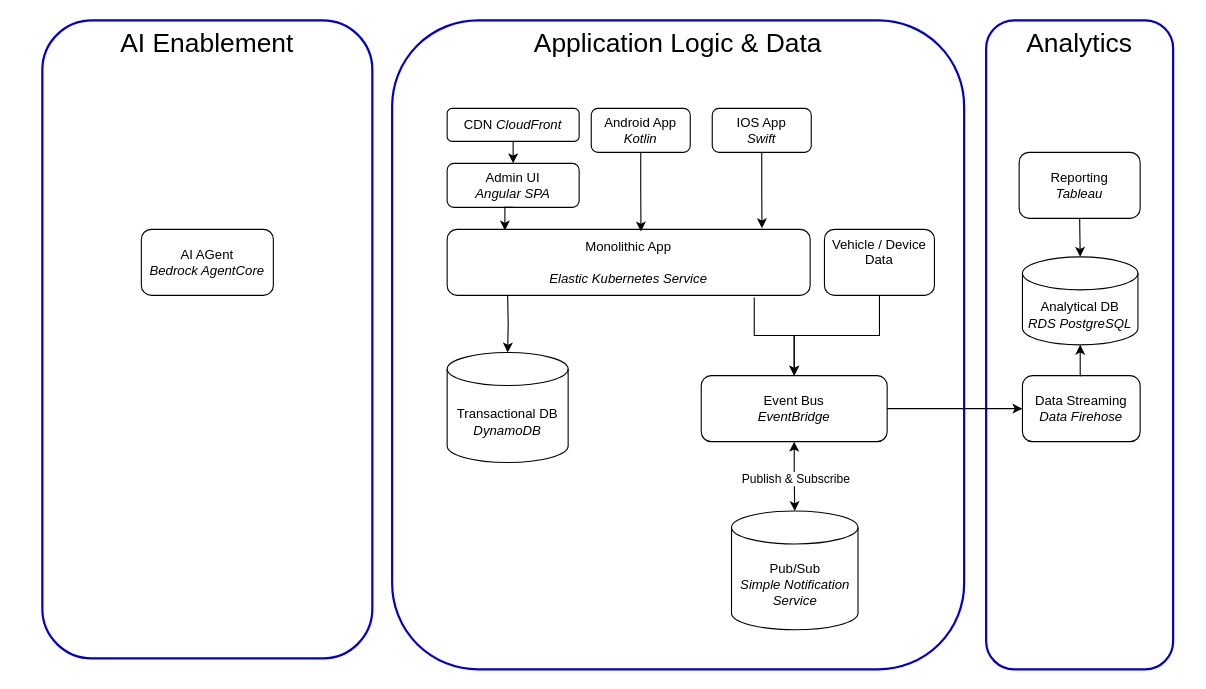
This is diagrams/src/Top-Level Architecture.drawio from bwarncke/architectural-katas-q4-2025-ai-enabled-architecture, a draw.io file, before an edit. Source tidied: cells renumbered, new cells numbered last; positions are measured from the earlier drawing's top-left corner, leaving out a move shared by most shapes. Both pictures are drawn from the tidied source at 110%, with x=0, y=0 at pixel (42, 20).
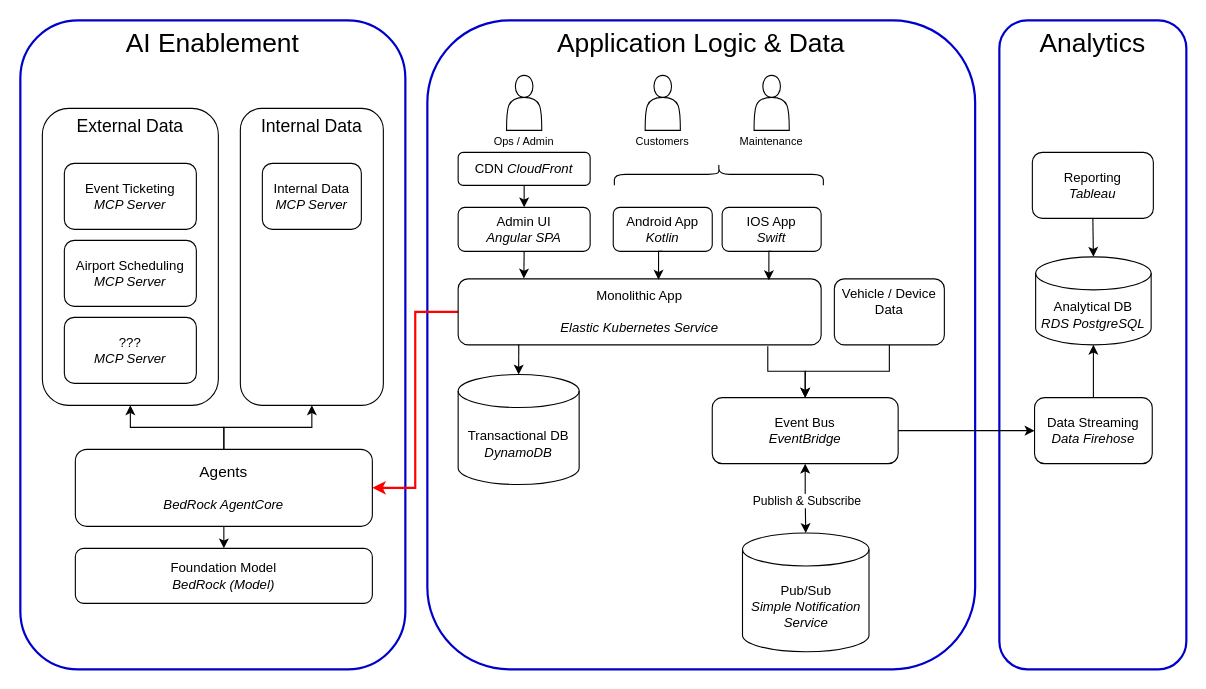
The same diagram, later.

The edit, as a diff of the source:
```diff
@@
+    <mxCell id="28" value="Application Logic &amp;amp; Data" style="rounded=1;whiteSpace=wrap;html=1;strokeColor=#0000CC;strokeWidth=2;fillColor=none;verticalAlign=top;fontSize=24;" parent="1" vertex="1">
+      <mxGeometry x="350" width="498" height="590" as="geometry" />
+    </mxCell>
     <mxCell id="2" value="Analytics" style="rounded=1;whiteSpace=wrap;html=1;strokeColor=#0000CC;strokeWidth=2;fillColor=none;verticalAlign=top;fontSize=24;" parent="1" vertex="1">
-      <mxGeometry x="858" width="170" height="590" as="geometry" />
+      <mxGeometry x="870" width="170" height="590" as="geometry" />
     </mxCell>
     <mxCell id="3" value="AI Enablement" style="rounded=1;whiteSpace=wrap;html=1;strokeColor=#0000CC;strokeWidth=2;fillColor=none;verticalAlign=top;fontSize=24;" parent="1" vertex="1">
-      <mxGeometry width="300" height="580" as="geometry" />
+      <mxGeometry x="-20" width="350" height="590" as="geometry" />
     </mxCell>
-    <mxCell id="4" value="AI AGent&lt;br&gt;&lt;i&gt;Bedrock AgentCore&lt;/i&gt;" style="rounded=1;whiteSpace=wrap;html=1;" parent="1" vertex="1">
-      <mxGeometry x="90" y="190" width="120" height="60" as="geometry" />
-    </mxCell>
+    <mxCell id="30" style="edgeStyle=orthogonalEdgeStyle;rounded=0;jettySize=auto;html=1;exitX=0;exitY=0.5;exitDx=0;exitDy=0;entryX=1;entryY=0.5;entryDx=0;entryDy=0;strokeWidth=2;strokeColor=#FF0000;" parent="1" edge="1" source="5" target="36">
+      <mxGeometry relative="1" as="geometry" />
+    </mxCell>
     <mxCell id="5" value="Monolithic App&lt;br&gt;&lt;br&gt;&lt;i&gt;Elastic Kubernetes Service&lt;/i&gt;" style="rounded=1;whiteSpace=wrap;html=1;" parent="1" vertex="1">
-      <mxGeometry x="368" y="190" width="330" height="60" as="geometry" />
+      <mxGeometry x="378" y="235" width="330" height="60" as="geometry" />
     </mxCell>
     <mxCell id="6" value="Transactional DB&lt;br&gt;&lt;i&gt;DynamoDB&lt;/i&gt;" style="shape=cylinder3;whiteSpace=wrap;html=1;boundedLbl=1;backgroundOutline=1;size=15;" parent="1" vertex="1">
-      <mxGeometry x="368" y="302" width="110" height="100" as="geometry" />
+      <mxGeometry x="378" y="322" width="110" height="100" as="geometry" />
     </mxCell>
-    <mxCell id="7" style="edgeStyle=orthogonalEdgeStyle;rounded=0;jettySize=auto;html=1;exitX=0.5;exitY=0;exitDx=0;exitDy=0;entryX=0.846;entryY=1.033;entryDx=0;entryDy=0;entryPerimeter=0;startArrow=classic;startFill=1;endArrow=none;endFill=0;" parent="1" edge="1" source="9" target="5">
+    <mxCell id="7" style="edgeStyle=orthogonalEdgeStyle;rounded=0;jettySize=auto;html=1;exitX=0.5;exitY=0;exitDx=0;exitDy=0;startArrow=classic;startFill=1;endArrow=none;endFill=0;entryX=0.853;entryY=1.02;entryDx=0;entryDy=0;entryPerimeter=0;" parent="1" edge="1" source="9" target="5">
       <mxGeometry relative="1" as="geometry" />
     </mxCell>
@@
     <mxCell id="9" value="Event Bus&lt;br&gt;&lt;i&gt;EventBridge&lt;/i&gt;" style="rounded=1;whiteSpace=wrap;html=1;" parent="1" vertex="1">
-      <mxGeometry x="599" y="323" width="169" height="60" as="geometry" />
+      <mxGeometry x="609" y="343" width="169" height="60" as="geometry" />
     </mxCell>
     <mxCell id="10" value="Pub/Sub&lt;br&gt;&lt;i&gt;Simple Notification Service&lt;/i&gt;" style="shape=cylinder3;whiteSpace=wrap;html=1;boundedLbl=1;backgroundOutline=1;size=15;" parent="1" vertex="1">
-      <mxGeometry x="626.5" y="446" width="115" height="108" as="geometry" />
+      <mxGeometry x="636.5" y="466" width="115" height="108" as="geometry" />
     </mxCell>
-    <mxCell id="11" style="edgeStyle=orthogonalEdgeStyle;rounded=0;jettySize=auto;html=1;entryX=0.5;entryY=0;entryDx=0;entryDy=0;entryPerimeter=0;" parent="1" edge="1" target="6">
-      <mxGeometry relative="1" as="geometry">
-        <mxPoint x="423" y="250" as="sourcePoint" />
-      </mxGeometry>
+    <mxCell id="11" style="edgeStyle=orthogonalEdgeStyle;rounded=0;jettySize=auto;html=1;entryX=0.5;entryY=0;entryDx=0;entryDy=0;entryPerimeter=0;exitX=0.167;exitY=0.996;exitDx=0;exitDy=0;exitPerimeter=0;" parent="1" edge="1" source="5" target="6">
+      <mxGeometry relative="1" as="geometry" />
     </mxCell>
@@
     <mxCell id="15" value="CDN &lt;i&gt;CloudFront&lt;/i&gt;" style="rounded=1;whiteSpace=wrap;html=1;" parent="1" vertex="1">
-      <mxGeometry x="368" y="80" width="120" height="30" as="geometry" />
+      <mxGeometry x="378" y="120" width="120" height="30" as="geometry" />
     </mxCell>
     <mxCell id="16" value="Admin UI&lt;br&gt;&lt;i&gt;Angular SPA&lt;/i&gt;" style="rounded=1;whiteSpace=wrap;html=1;" parent="1" vertex="1">
-      <mxGeometry x="368" y="130" width="120" height="40" as="geometry" />
+      <mxGeometry x="378" y="170" width="120" height="40" as="geometry" />
     </mxCell>
     <mxCell id="17" value="Android App&lt;br&gt;&lt;i&gt;Kotlin&lt;/i&gt;" style="rounded=1;whiteSpace=wrap;html=1;" parent="1" vertex="1">
-      <mxGeometry x="499" y="80" width="90" height="40" as="geometry" />
+      <mxGeometry x="519" y="170" width="90" height="40" as="geometry" />
     </mxCell>
     <mxCell id="18" value="IOS App&lt;br&gt;&lt;i&gt;Swift&lt;/i&gt;" style="rounded=1;whiteSpace=wrap;html=1;" parent="1" vertex="1">
-      <mxGeometry x="609" y="80" width="90" height="40" as="geometry" />
+      <mxGeometry x="618" y="170" width="90" height="40" as="geometry" />
     </mxCell>
-    <mxCell id="19" style="edgeStyle=orthogonalEdgeStyle;rounded=0;jettySize=auto;html=1;exitX=0.5;exitY=1;exitDx=0;exitDy=0;entryX=0.159;entryY=0.017;entryDx=0;entryDy=0;entryPerimeter=0;" parent="1" edge="1" source="16" target="5">
-      <mxGeometry relative="1" as="geometry" />
-    </mxCell>
-    <mxCell id="20" style="edgeStyle=orthogonalEdgeStyle;rounded=0;jettySize=auto;html=1;exitX=0.5;exitY=1;exitDx=0;exitDy=0;entryX=0.603;entryY=0.033;entryDx=0;entryDy=0;entryPerimeter=0;" parent="1" edge="1" source="17">
-      <mxGeometry relative="1" as="geometry">
-        <mxPoint x="544.2" y="192" as="targetPoint" />
-      </mxGeometry>
-    </mxCell>
-    <mxCell id="21" style="edgeStyle=orthogonalEdgeStyle;rounded=0;jettySize=auto;html=1;exitX=0.5;exitY=1;exitDx=0;exitDy=0;entryX=0.885;entryY=-0.017;entryDx=0;entryDy=0;entryPerimeter=0;" parent="1" edge="1" source="18">
-      <mxGeometry relative="1" as="geometry">
-        <mxPoint x="654.2" y="189" as="targetPoint" />
-      </mxGeometry>
-    </mxCell>
     <mxCell id="22" value="Reporting&lt;br&gt;&lt;i&gt;Tableau&lt;/i&gt;" style="rounded=1;whiteSpace=wrap;html=1;" parent="1" vertex="1">
-      <mxGeometry x="888" y="120" width="110" height="60" as="geometry" />
+      <mxGeometry x="900" y="120" width="110" height="60" as="geometry" />
     </mxCell>
     <mxCell id="23" value="Analytical DB&lt;br&gt;&lt;i&gt;RDS PostgreSQL&lt;/i&gt;" style="shape=cylinder3;whiteSpace=wrap;html=1;boundedLbl=1;backgroundOutline=1;size=15;" parent="1" vertex="1">
-      <mxGeometry x="891" y="215" width="105" height="80" as="geometry" />
+      <mxGeometry x="903" y="215" width="105" height="80" as="geometry" />
     </mxCell>
@@
     <mxCell id="25" value="Data Streaming&lt;br&gt;&lt;i&gt;Data Firehose&lt;/i&gt;" style="rounded=1;whiteSpace=wrap;html=1;" parent="1" vertex="1">
-      <mxGeometry x="891" y="323" width="107" height="60" as="geometry" />
+      <mxGeometry x="902" y="343" width="107" height="60" as="geometry" />
     </mxCell>
@@
     <mxCell id="27" value="Vehicle / Device&lt;div&gt;Data&lt;br&gt;&lt;br&gt;&lt;/div&gt;" style="rounded=1;whiteSpace=wrap;html=1;verticalAlign=top;align=center;" parent="1" vertex="1">
-      <mxGeometry x="711" y="190" width="100" height="60" as="geometry" />
+      <mxGeometry x="720" y="235" width="100" height="60" as="geometry" />
     </mxCell>
-    <mxCell id="28" value="Application Logic &amp;amp; Data" style="rounded=1;whiteSpace=wrap;html=1;strokeColor=#0000CC;strokeWidth=2;fillColor=none;verticalAlign=top;fontSize=24;" parent="1" vertex="1">
-      <mxGeometry x="318" width="520" height="590" as="geometry" />
-    </mxCell>
@@
+    <mxCell id="31" value="Internal Data" style="rounded=1;whiteSpace=wrap;html=1;verticalAlign=top;fillColor=none;fontSize=16;" parent="1" vertex="1">
+      <mxGeometry x="180" y="80" width="130" height="270" as="geometry" />
+    </mxCell>
+    <mxCell id="32" value="External Data" style="rounded=1;whiteSpace=wrap;html=1;verticalAlign=top;fillColor=none;fontSize=16;" parent="1" vertex="1">
+      <mxGeometry y="80" width="160" height="270" as="geometry" />
+    </mxCell>
+    <mxCell id="33" style="edgeStyle=orthogonalEdgeStyle;rounded=0;jettySize=auto;html=1;exitX=0.5;exitY=0;exitDx=0;exitDy=0;entryX=0.5;entryY=1;entryDx=0;entryDy=0;" parent="1" edge="1" source="36" target="32">
+      <mxGeometry relative="1" as="geometry" />
+    </mxCell>
+    <mxCell id="34" style="edgeStyle=orthogonalEdgeStyle;rounded=0;jettySize=auto;html=1;exitX=0.5;exitY=0;exitDx=0;exitDy=0;entryX=0.5;entryY=1;entryDx=0;entryDy=0;" parent="1" edge="1" source="36" target="31">
+      <mxGeometry relative="1" as="geometry" />
+    </mxCell>
+    <mxCell id="35" style="edgeStyle=orthogonalEdgeStyle;rounded=0;jettySize=auto;html=1;exitX=0.5;exitY=1;exitDx=0;exitDy=0;entryX=0.5;entryY=0;entryDx=0;entryDy=0;" parent="1" edge="1" source="36" target="37">
+      <mxGeometry relative="1" as="geometry" />
+    </mxCell>
+    <mxCell id="36" value="&lt;font style=&quot;font-size: 14px;&quot;&gt;Agents&lt;/font&gt;&lt;br&gt;&lt;br&gt;&lt;i&gt;BedRock AgentCore&lt;/i&gt;" style="rounded=1;whiteSpace=wrap;html=1;" parent="1" vertex="1">
+      <mxGeometry x="30" y="390" width="270" height="70" as="geometry" />
+    </mxCell>
+    <mxCell id="37" value="Foundation Model&lt;br&gt;&lt;i&gt;BedRock (Model)&lt;/i&gt;" style="rounded=1;whiteSpace=wrap;html=1;" parent="1" vertex="1">
+      <mxGeometry x="30" y="480" width="270" height="50" as="geometry" />
+    </mxCell>
+    <mxCell id="38" value="Event Ticketing&lt;br&gt;&lt;i&gt;MCP Server&lt;/i&gt;" style="rounded=1;whiteSpace=wrap;html=1;" parent="1" vertex="1">
+      <mxGeometry x="20" y="130" width="120" height="60" as="geometry" />
+    </mxCell>
+    <mxCell id="39" value="Airport Scheduling&lt;br&gt;&lt;i&gt;MCP Server&lt;/i&gt;" style="rounded=1;whiteSpace=wrap;html=1;" parent="1" vertex="1">
+      <mxGeometry x="20" y="200" width="120" height="60" as="geometry" />
+    </mxCell>
+    <mxCell id="40" value="Internal Data&lt;br&gt;&lt;i&gt;MCP Server&lt;/i&gt;" style="rounded=1;whiteSpace=wrap;html=1;" parent="1" vertex="1">
+      <mxGeometry x="200" y="130" width="90" height="60" as="geometry" />
+    </mxCell>
+    <mxCell id="41" value="???&lt;br&gt;&lt;i&gt;MCP Server&lt;/i&gt;" style="rounded=1;whiteSpace=wrap;html=1;" parent="1" vertex="1">
+      <mxGeometry x="20" y="270" width="120" height="60" as="geometry" />
+    </mxCell>
+    <mxCell id="19" style="edgeStyle=orthogonalEdgeStyle;rounded=0;jettySize=auto;html=1;exitX=0.5;exitY=1;exitDx=0;exitDy=0;entryX=0.181;entryY=-0.004;entryDx=0;entryDy=0;entryPerimeter=0;" parent="1" edge="1" source="16" target="5">
+      <mxGeometry relative="1" as="geometry" />
+    </mxCell>
+    <mxCell id="42" style="shape=actor;whiteSpace=wrap;html=1;" parent="1" vertex="1">
+      <mxGeometry x="422" y="50" width="32" height="50" as="geometry" />
+    </mxCell>
+    <mxCell id="43" style="edgeStyle=orthogonalEdgeStyle;rounded=0;jettySize=auto;html=1;exitX=0.5;exitY=1;exitDx=0;exitDy=0;entryX=0.552;entryY=0.012;entryDx=0;entryDy=0;entryPerimeter=0;" parent="1" edge="1" source="17" target="5">
+      <mxGeometry relative="1" as="geometry" />
+    </mxCell>
+    <mxCell id="44" style="edgeStyle=orthogonalEdgeStyle;rounded=0;jettySize=auto;html=1;exitX=0.5;exitY=1;exitDx=0;exitDy=0;entryX=0.856;entryY=0.02;entryDx=0;entryDy=0;entryPerimeter=0;" parent="1" edge="1" source="18" target="5">
+      <mxGeometry relative="1" as="geometry" />
+    </mxCell>
+    <mxCell id="45" value="Ops / Admin" style="text;html=1;whiteSpace=wrap;strokeColor=none;fillColor=none;align=center;verticalAlign=middle;rounded=0;fontSize=10;" parent="1" vertex="1">
+      <mxGeometry x="405" y="100" width="66" height="20" as="geometry" />
+    </mxCell>
+    <mxCell id="46" style="shape=actor;whiteSpace=wrap;html=1;" parent="1" vertex="1">
+      <mxGeometry x="548" y="50" width="32" height="50" as="geometry" />
+    </mxCell>
+    <mxCell id="47" value="Customers" style="text;html=1;whiteSpace=wrap;strokeColor=none;fillColor=none;align=center;verticalAlign=middle;rounded=0;fontSize=10;" parent="1" vertex="1">
+      <mxGeometry x="531" y="100" width="66" height="20" as="geometry" />
+    </mxCell>
+    <mxCell id="48" style="shape=actor;whiteSpace=wrap;html=1;" parent="1" vertex="1">
+      <mxGeometry x="647" y="50" width="32" height="50" as="geometry" />
+    </mxCell>
+    <mxCell id="49" value="Maintenance" style="text;html=1;whiteSpace=wrap;strokeColor=none;fillColor=none;align=center;verticalAlign=middle;rounded=0;fontSize=10;" parent="1" vertex="1">
+      <mxGeometry x="630" y="100" width="66" height="20" as="geometry" />
+    </mxCell>
+    <mxCell id="50" style="shape=curlyBracket;whiteSpace=wrap;html=1;rounded=1;labelPosition=left;verticalLabelPosition=middle;align=right;verticalAlign=middle;rotation=90;" parent="1" vertex="1">
+      <mxGeometry x="605" y="45" width="20" height="190" as="geometry" />
+    </mxCell>
```
